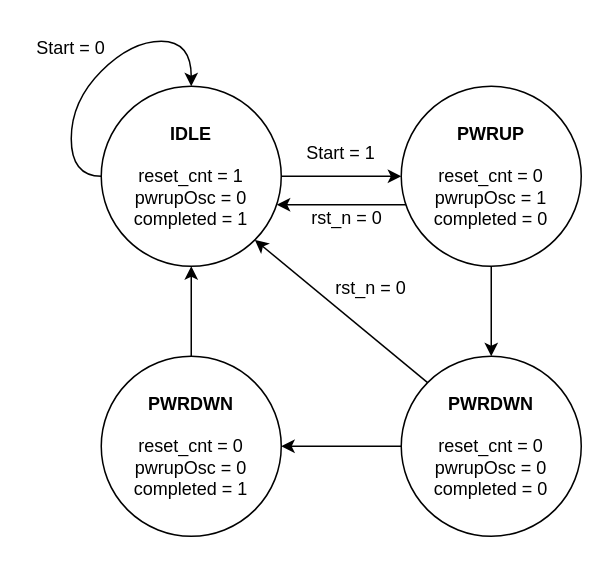
This is drawio/FSM.drawio from analogicus/lelo_gr02_sky130a, a draw.io file, before an edit. Source tidied: cells renumbered, new cells numbered last; positions are measured from the earlier drawing's top-left corner, leaving out a move shared by most shapes. Both pictures are drawn from the tidied source at 150%, with x=0, y=0 at pixel (26, 26).
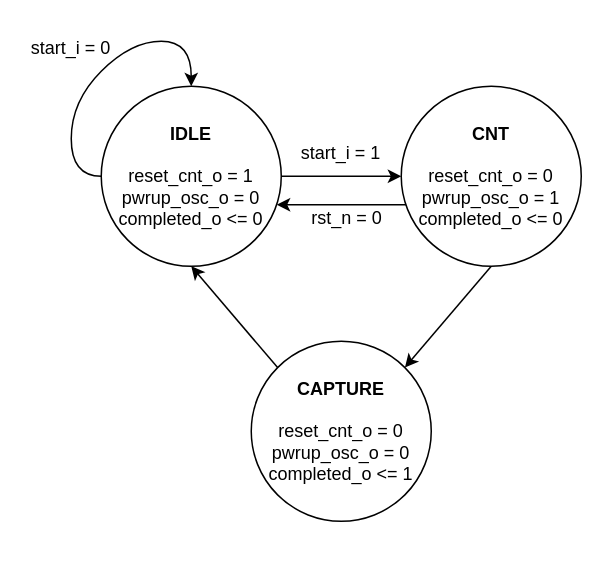
The same diagram, later.

Commit message:
update FSM chart

Change to the diagram source:
```diff
@@
-    <mxCell id="2" value="&lt;div&gt;&lt;b&gt;IDLE&lt;/b&gt;&lt;/div&gt;&lt;div&gt;&lt;br&gt;&lt;/div&gt;&lt;div&gt;reset_cnt = 1&lt;/div&gt;&lt;div&gt;pwrupOsc = 0&lt;/div&gt;&lt;div&gt;completed = 1&lt;/div&gt;" style="ellipse;whiteSpace=wrap;html=1;" parent="1" vertex="1">
+    <mxCell id="2" value="&lt;div&gt;&lt;b&gt;IDLE&lt;/b&gt;&lt;/div&gt;&lt;div&gt;&lt;br&gt;&lt;/div&gt;&lt;div&gt;reset_cnt_o = 1&lt;/div&gt;&lt;div&gt;pwrup_osc_o = 0&lt;/div&gt;&lt;div&gt;completed_o &amp;lt;= 0&lt;/div&gt;" style="ellipse;whiteSpace=wrap;html=1;" parent="1" vertex="1">
       <mxGeometry x="50" y="40" width="120" height="120" as="geometry" />
     </mxCell>
@@
-    <mxCell id="4" value="Start = 0" style="text;html=1;whiteSpace=wrap;strokeColor=none;fillColor=none;align=center;verticalAlign=middle;rounded=0;" parent="1" vertex="1">
+    <mxCell id="4" value="start_i = 0" style="text;html=1;whiteSpace=wrap;strokeColor=none;fillColor=none;align=center;verticalAlign=middle;rounded=0;" parent="1" vertex="1">
       <mxGeometry width="60" height="30" as="geometry" />
     </mxCell>
-    <mxCell id="5" value="Start = 1" style="text;html=1;whiteSpace=wrap;strokeColor=none;fillColor=none;align=center;verticalAlign=middle;rounded=0;" parent="1" vertex="1">
+    <mxCell id="5" value="start_i = 1" style="text;html=1;whiteSpace=wrap;strokeColor=none;fillColor=none;align=center;verticalAlign=middle;rounded=0;" parent="1" vertex="1">
       <mxGeometry x="180" y="70" width="60" height="30" as="geometry" />
     </mxCell>
@@
-    <mxCell id="7" style="edgeStyle=orthogonalEdgeStyle;rounded=0;jettySize=auto;html=1;entryX=0.5;entryY=0;entryDx=0;entryDy=0;" parent="1" edge="1" source="8" target="12">
+    <mxCell id="7" style="rounded=0;jettySize=auto;html=1;entryX=1;entryY=0;entryDx=0;entryDy=0;exitX=0.5;exitY=1;exitDx=0;exitDy=0;" parent="1" edge="1" source="8" target="12">
       <mxGeometry relative="1" as="geometry" />
     </mxCell>
-    <mxCell id="8" value="&lt;div&gt;&lt;b&gt;PWRUP&lt;/b&gt;&lt;/div&gt;&lt;div&gt;&lt;br&gt;&lt;/div&gt;&lt;div&gt;reset_cnt = 0&lt;/div&gt;&lt;div&gt;pwrupOsc = 1&lt;/div&gt;&lt;div&gt;completed = 0&lt;/div&gt;" style="ellipse;whiteSpace=wrap;html=1;" parent="1" vertex="1">
+    <mxCell id="8" value="&lt;div&gt;&lt;b&gt;CNT&lt;/b&gt;&lt;/div&gt;&lt;div&gt;&lt;br&gt;&lt;/div&gt;&lt;div&gt;reset_cnt_o = 0&lt;/div&gt;&lt;div&gt;pwrup_osc_o = 1&lt;/div&gt;&lt;div&gt;completed_o &amp;lt;= 0&lt;/div&gt;" style="ellipse;whiteSpace=wrap;html=1;" parent="1" vertex="1">
       <mxGeometry x="250" y="40" width="120" height="120" as="geometry" />
     </mxCell>
@@
-    <mxCell id="10" style="edgeStyle=orthogonalEdgeStyle;rounded=0;jettySize=auto;html=1;entryX=1;entryY=0.5;entryDx=0;entryDy=0;" parent="1" edge="1" source="12" target="14">
-      <mxGeometry relative="1" as="geometry" />
-    </mxCell>
-    <mxCell id="11" style="rounded=0;jettySize=auto;html=1;exitX=0;exitY=0;exitDx=0;exitDy=0;entryX=1;entryY=1;entryDx=0;entryDy=0;" parent="1" edge="1" source="12" target="2">
+    <mxCell id="11" style="rounded=0;jettySize=auto;html=1;exitX=0;exitY=0;exitDx=0;exitDy=0;entryX=0.5;entryY=1;entryDx=0;entryDy=0;" parent="1" edge="1" source="12" target="2">
       <mxGeometry relative="1" as="geometry" />
     </mxCell>
-    <mxCell id="12" value="&lt;div&gt;&lt;b&gt;PWRDWN&lt;/b&gt;&lt;/div&gt;&lt;div&gt;&lt;br&gt;&lt;/div&gt;&lt;div&gt;reset_cnt = 0&lt;/div&gt;&lt;div&gt;pwrupOsc = 0&lt;/div&gt;&lt;div&gt;completed = 0&lt;/div&gt;" style="ellipse;whiteSpace=wrap;html=1;" parent="1" vertex="1">
-      <mxGeometry x="250" y="220" width="120" height="120" as="geometry" />
+    <mxCell id="12" value="&lt;div&gt;&lt;b&gt;CAPTURE&lt;/b&gt;&lt;/div&gt;&lt;div&gt;&lt;br&gt;&lt;/div&gt;&lt;div&gt;reset_cnt_o = 0&lt;/div&gt;&lt;div&gt;pwrup_osc_o = 0&lt;/div&gt;&lt;div&gt;completed_o &amp;lt;= 1&lt;/div&gt;" style="ellipse;whiteSpace=wrap;html=1;" parent="1" vertex="1">
+      <mxGeometry x="150" y="210" width="120" height="120" as="geometry" />
     </mxCell>
-    <mxCell id="13" style="edgeStyle=orthogonalEdgeStyle;rounded=0;jettySize=auto;html=1;" parent="1" edge="1" source="14">
-      <mxGeometry relative="1" as="geometry">
-        <mxPoint x="110" y="160" as="targetPoint" />
-      </mxGeometry>
-    </mxCell>
-    <mxCell id="14" value="&lt;div&gt;&lt;b&gt;PWRDWN&lt;/b&gt;&lt;/div&gt;&lt;div&gt;&lt;br&gt;&lt;/div&gt;&lt;div&gt;reset_cnt = 0&lt;/div&gt;&lt;div&gt;pwrupOsc = 0&lt;/div&gt;&lt;div&gt;completed = 1&lt;/div&gt;" style="ellipse;whiteSpace=wrap;html=1;" parent="1" vertex="1">
-      <mxGeometry x="50" y="220" width="120" height="120" as="geometry" />
-    </mxCell>
@@
-    <mxCell id="16" value="rst_n = 0" style="text;html=1;whiteSpace=wrap;strokeColor=none;fillColor=none;align=center;verticalAlign=middle;rounded=0;" parent="1" vertex="1">
-      <mxGeometry x="200" y="160" width="60" height="30" as="geometry" />
-    </mxCell>
```
